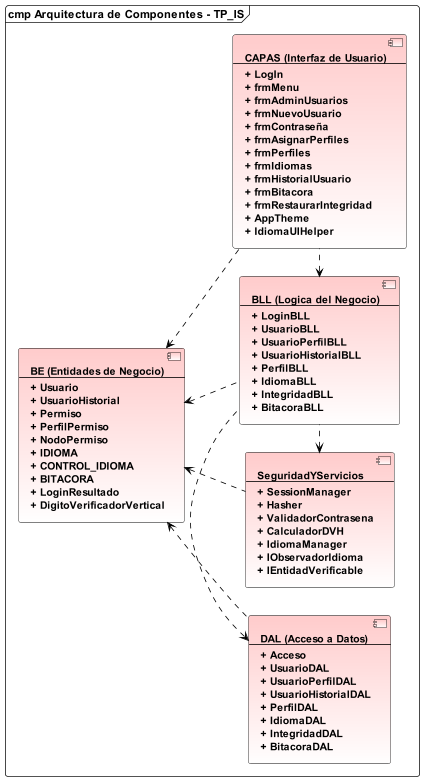
This is DIAGRAMAS/DiagramaComponentes/DiagramaComponentes - TP_IS.png from Urrels/ingenieria_software, a PlantUML export, as it was before one commit.
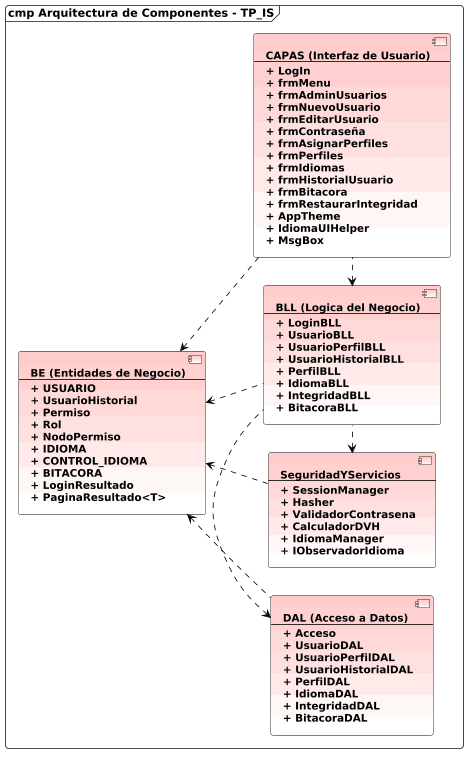
The same diagram one commit later.

Commit message:
docs: corrige DiagramaClases y DiagramaComponentes (métodos/clases reales, elimina resabios de NODO_PERMISO)

Diff of the diagram source:
```diff
@@ -17,13 +17,13 @@
 
 frame "cmp Arquitectura de Componentes - TP_IS" {
 
-  component "BE (Entidades de Negocio)\n--\n+ Usuario\n+ UsuarioHistorial\n+ Permiso\n+ PerfilPermiso\n+ NodoPermiso\n+ IDIOMA\n+ CONTROL_IDIOMA\n+ BITACORA\n+ LoginResultado\n+ DigitoVerificadorVertical" as BE
+  component "BE (Entidades de Negocio)\n--\n+ USUARIO\n+ UsuarioHistorial\n+ Permiso\n+ Rol\n+ NodoPermiso\n+ IDIOMA\n+ CONTROL_IDIOMA\n+ BITACORA\n+ LoginResultado\n+ PaginaResultado<T>" as BE
 
-  component "CAPAS (Interfaz de Usuario)\n--\n+ LogIn\n+ frmMenu\n+ frmAdminUsuarios\n+ frmNuevoUsuario\n+ frmContraseña\n+ frmAsignarPerfiles\n+ frmPerfiles\n+ frmIdiomas\n+ frmHistorialUsuario\n+ frmBitacora\n+ frmRestaurarIntegridad\n+ AppTheme\n+ IdiomaUIHelper" as CAPAS
+  component "CAPAS (Interfaz de Usuario)\n--\n+ LogIn\n+ frmMenu\n+ frmAdminUsuarios\n+ frmNuevoUsuario\n+ frmEditarUsuario\n+ frmContraseña\n+ frmAsignarPerfiles\n+ frmPerfiles\n+ frmIdiomas\n+ frmHistorialUsuario\n+ frmBitacora\n+ frmRestaurarIntegridad\n+ AppTheme\n+ IdiomaUIHelper\n+ MsgBox" as CAPAS
 
   component "BLL (Logica del Negocio)\n--\n+ LoginBLL\n+ UsuarioBLL\n+ UsuarioPerfilBLL\n+ UsuarioHistorialBLL\n+ PerfilBLL\n+ IdiomaBLL\n+ IntegridadBLL\n+ BitacoraBLL" as BLL
 
-  component "SeguridadYServicios\n--\n+ SessionManager\n+ Hasher\n+ ValidadorContrasena\n+ CalculadorDVH\n+ IdiomaManager\n+ IObservadorIdioma\n+ IEntidadVerificable" as SyS
+  component "SeguridadYServicios\n--\n+ SessionManager\n+ Hasher\n+ ValidadorContrasena\n+ CalculadorDVH\n+ IdiomaManager\n+ IObservadorIdioma" as SyS
 
   component "DAL (Acceso a Datos)\n--\n+ Acceso\n+ UsuarioDAL\n+ UsuarioPerfilDAL\n+ UsuarioHistorialDAL\n+ PerfilDAL\n+ IdiomaDAL\n+ IntegridadDAL\n+ BitacoraDAL" as DAL
 
```
